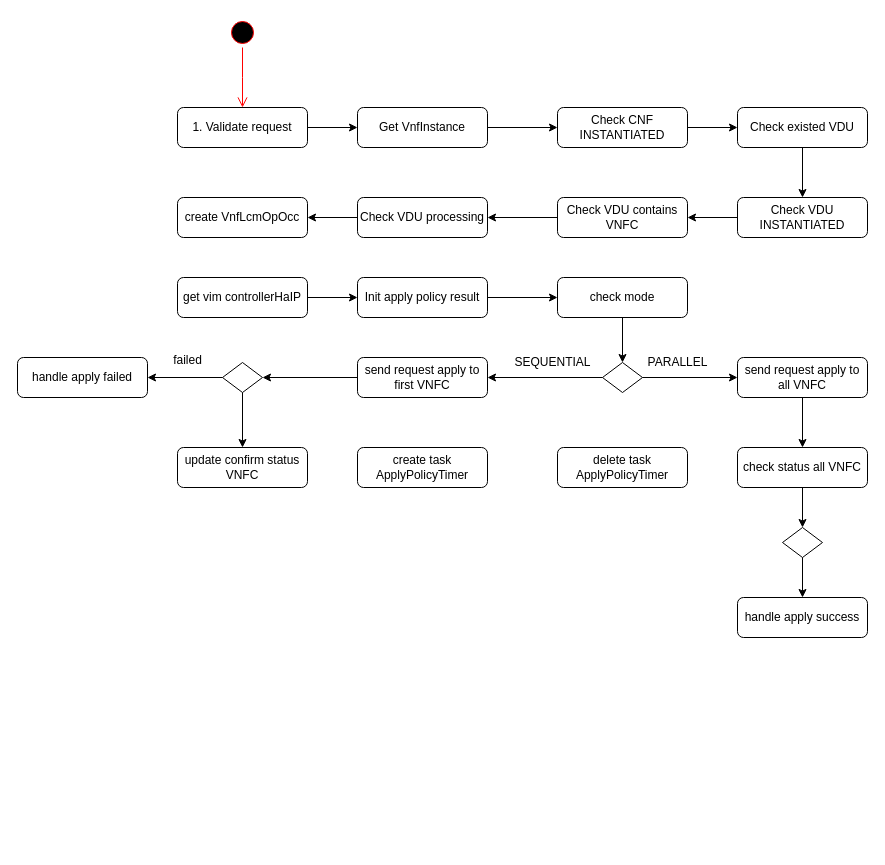
hiep1097/drawio keeps this draw.io diagram as page "apply 1 vdu" (1 of 4) of apply policy.drawio. Above is the earlier version. Source tidied: cells renumbered, new cells numbered last; positions are measured from the earlier drawing's top-left corner, leaving out a move shared by most shapes. Both pictures are drawn from the tidied source at 100%, with x=0, y=0 at pixel (17, 17).
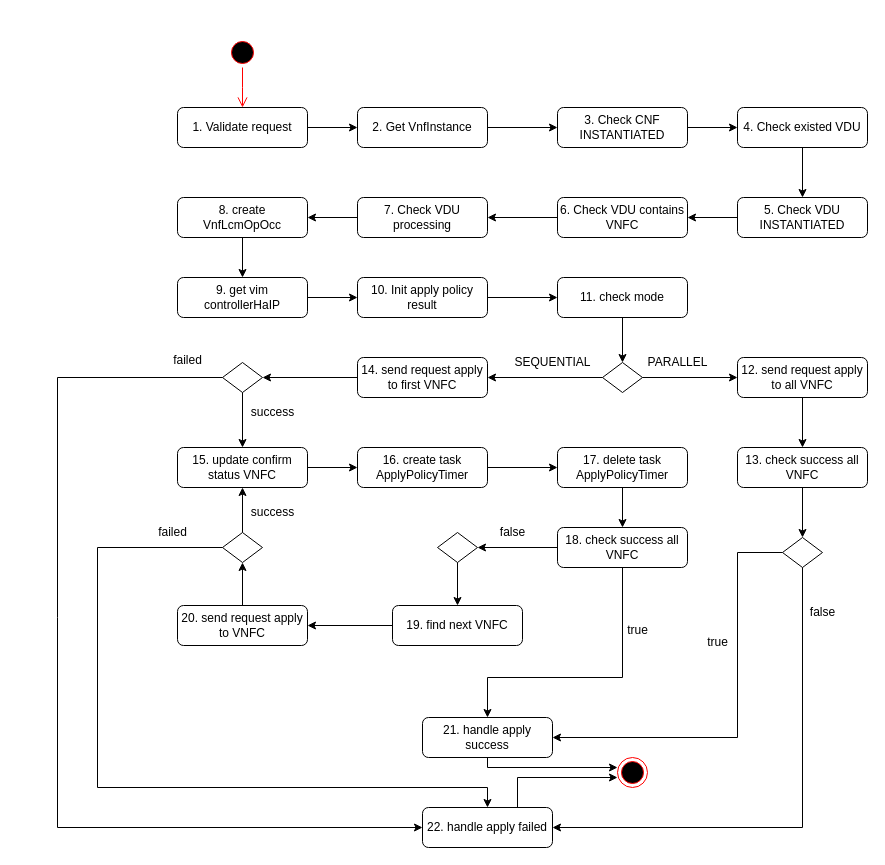
Above is the later version.

Commit message:
Cập nhật apply policy.drawio

The change refers to these unchanged cells:
```xml
<mxCell id="38" style="rhombus;whiteSpace=wrap;html=1;" parent="1" vertex="1">
  <mxGeometry x="205" y="345" width="40" height="30" as="geometry" />
</mxCell>
```

Change to the diagram source:
```diff
@@
     <mxCell id="2" style="ellipse;html=1;shape=startState;fillColor=#000000;strokeColor=#ff0000;" parent="1" vertex="1">
-      <mxGeometry x="210" width="30" height="30" as="geometry" />
+      <mxGeometry x="210" y="20" width="30" height="30" as="geometry" />
     </mxCell>
@@
-    <mxCell id="5" value="Get VnfInstance" style="rounded=1;whiteSpace=wrap;html=1;" parent="1" vertex="1">
+    <mxCell id="5" value="2. Get VnfInstance" style="rounded=1;whiteSpace=wrap;html=1;" parent="1" vertex="1">
       <mxGeometry x="340" y="90" width="130" height="40" as="geometry" />
     </mxCell>
-    <mxCell id="6" value="Check CNF INSTANTIATED" style="rounded=1;whiteSpace=wrap;html=1;" parent="1" vertex="1">
+    <mxCell id="6" value="3. Check CNF INSTANTIATED" style="rounded=1;whiteSpace=wrap;html=1;" parent="1" vertex="1">
       <mxGeometry x="540" y="90" width="130" height="40" as="geometry" />
     </mxCell>
-    <mxCell id="7" value="Check existed VDU" style="rounded=1;whiteSpace=wrap;html=1;" parent="1" vertex="1">
+    <mxCell id="7" value="4. Check existed VDU" style="rounded=1;whiteSpace=wrap;html=1;" parent="1" vertex="1">
       <mxGeometry x="720" y="90" width="130" height="40" as="geometry" />
     </mxCell>
-    <mxCell id="8" value="create VnfLcmOpOcc" style="rounded=1;whiteSpace=wrap;html=1;" parent="1" vertex="1">
+    <mxCell id="8" value="8. create VnfLcmOpOcc" style="rounded=1;whiteSpace=wrap;html=1;" parent="1" vertex="1">
       <mxGeometry x="160" y="180" width="130" height="40" as="geometry" />
     </mxCell>
-    <mxCell id="9" value="get vim controllerHaIP" style="rounded=1;whiteSpace=wrap;html=1;" parent="1" vertex="1">
+    <mxCell id="9" value="9. get vim controllerHaIP" style="rounded=1;whiteSpace=wrap;html=1;" parent="1" vertex="1">
       <mxGeometry x="160" y="260" width="130" height="40" as="geometry" />
     </mxCell>
-    <mxCell id="10" value="check mode" style="rounded=1;whiteSpace=wrap;html=1;" parent="1" vertex="1">
+    <mxCell id="10" value="11. check mode" style="rounded=1;whiteSpace=wrap;html=1;" parent="1" vertex="1">
       <mxGeometry x="540" y="260" width="130" height="40" as="geometry" />
     </mxCell>
-    <mxCell id="11" value="send request apply to first VNFC" style="rounded=1;whiteSpace=wrap;html=1;" parent="1" vertex="1">
+    <mxCell id="11" value="14. send request apply to first VNFC" style="rounded=1;whiteSpace=wrap;html=1;" parent="1" vertex="1">
       <mxGeometry x="340" y="340" width="130" height="40" as="geometry" />
     </mxCell>
-    <mxCell id="12" value="handle apply failed" style="rounded=1;whiteSpace=wrap;html=1;" parent="1" vertex="1">
-      <mxGeometry y="340" width="130" height="40" as="geometry" />
+    <mxCell id="12" value="22. handle apply failed" style="rounded=1;whiteSpace=wrap;html=1;" parent="1" vertex="1">
+      <mxGeometry x="405" y="790" width="130" height="40" as="geometry" />
     </mxCell>
-    <mxCell id="13" value="update confirm status VNFC" style="rounded=1;whiteSpace=wrap;html=1;" parent="1" vertex="1">
+    <mxCell id="13" value="15. update confirm status VNFC" style="rounded=1;whiteSpace=wrap;html=1;" parent="1" vertex="1">
       <mxGeometry x="160" y="430" width="130" height="40" as="geometry" />
     </mxCell>
-    <mxCell id="14" value="create task ApplyPolicyTimer" style="rounded=1;whiteSpace=wrap;html=1;" parent="1" vertex="1">
+    <mxCell id="14" value="16. create task ApplyPolicyTimer" style="rounded=1;whiteSpace=wrap;html=1;" parent="1" vertex="1">
       <mxGeometry x="340" y="430" width="130" height="40" as="geometry" />
     </mxCell>
-    <mxCell id="15" value="delete task ApplyPolicyTimer" style="rounded=1;whiteSpace=wrap;html=1;" parent="1" vertex="1">
+    <mxCell id="15" value="17. delete task ApplyPolicyTimer" style="rounded=1;whiteSpace=wrap;html=1;" parent="1" vertex="1">
       <mxGeometry x="540" y="430" width="130" height="40" as="geometry" />
     </mxCell>
-    <mxCell id="16" value="handle apply success" style="rounded=1;whiteSpace=wrap;html=1;" parent="1" vertex="1">
-      <mxGeometry x="720" y="580" width="130" height="40" as="geometry" />
+    <mxCell id="16" value="21. handle apply success" style="rounded=1;whiteSpace=wrap;html=1;" parent="1" vertex="1">
+      <mxGeometry x="405" y="700" width="130" height="40" as="geometry" />
     </mxCell>
-    <mxCell id="17" value="send request apply to all VNFC" style="rounded=1;whiteSpace=wrap;html=1;" parent="1" vertex="1">
+    <mxCell id="17" value="12. send request apply to all VNFC" style="rounded=1;whiteSpace=wrap;html=1;" parent="1" vertex="1">
       <mxGeometry x="720" y="340" width="130" height="40" as="geometry" />
     </mxCell>
-    <mxCell id="18" value="check status all VNFC" style="rounded=1;whiteSpace=wrap;html=1;" parent="1" vertex="1">
+    <mxCell id="18" value="13. check success all VNFC" style="rounded=1;whiteSpace=wrap;html=1;" parent="1" vertex="1">
       <mxGeometry x="720" y="430" width="130" height="40" as="geometry" />
     </mxCell>
@@
-    <mxCell id="22" value="Check VDU INSTANTIATED" style="rounded=1;whiteSpace=wrap;html=1;" parent="1" vertex="1">
+    <mxCell id="22" value="5. Check VDU INSTANTIATED" style="rounded=1;whiteSpace=wrap;html=1;" parent="1" vertex="1">
       <mxGeometry x="720" y="180" width="130" height="40" as="geometry" />
     </mxCell>
-    <mxCell id="23" value="Check VDU contains VNFC" style="rounded=1;whiteSpace=wrap;html=1;" parent="1" vertex="1">
+    <mxCell id="23" value="6. Check VDU contains VNFC" style="rounded=1;whiteSpace=wrap;html=1;" parent="1" vertex="1">
       <mxGeometry x="540" y="180" width="130" height="40" as="geometry" />
     </mxCell>
-    <mxCell id="24" value="Check VDU processing" style="rounded=1;whiteSpace=wrap;html=1;" parent="1" vertex="1">
+    <mxCell id="24" value="7. Check VDU processing" style="rounded=1;whiteSpace=wrap;html=1;" parent="1" vertex="1">
       <mxGeometry x="340" y="180" width="130" height="40" as="geometry" />
     </mxCell>
@@
-    <mxCell id="29" value="Init apply policy result" style="rounded=1;whiteSpace=wrap;html=1;" parent="1" vertex="1">
+    <mxCell id="29" value="10. Init apply policy result" style="rounded=1;whiteSpace=wrap;html=1;" parent="1" vertex="1">
       <mxGeometry x="340" y="260" width="130" height="40" as="geometry" />
     </mxCell>
@@
     <mxCell id="40" style="endArrow=classic;html=1;rounded=0;" parent="1" edge="1" source="38" target="12">
-      <mxGeometry relative="1" as="geometry" />
+      <mxGeometry relative="1" as="geometry">
+        <Array as="points">
+          <mxPoint x="40" y="360" />
+          <mxPoint x="40" y="600" />
+          <mxPoint x="40" y="810" />
+        </Array>
+      </mxGeometry>
     </mxCell>
@@
     <mxCell id="44" style="rhombus;whiteSpace=wrap;html=1;" parent="1" vertex="1">
-      <mxGeometry x="765" y="510" width="40" height="30" as="geometry" />
+      <mxGeometry x="765" y="520" width="40" height="30" as="geometry" />
     </mxCell>
@@
     <mxCell id="46" style="endArrow=classic;html=1;rounded=0;" parent="1" edge="1" source="44" target="16">
-      <mxGeometry relative="1" as="geometry" />
+      <mxGeometry relative="1" as="geometry">
+        <Array as="points">
+          <mxPoint x="720" y="535" />
+          <mxPoint x="720" y="720" />
+        </Array>
+      </mxGeometry>
     </mxCell>
+    <mxCell id="47" value="true" style="text;html=1;align=center;verticalAlign=middle;strokeColor=none;fillColor=none;" parent="1" vertex="1">
+      <mxGeometry x="680" y="610" width="40" height="30" as="geometry" />
+    </mxCell>
+    <mxCell id="48" style="endArrow=classic;html=1;rounded=0;" parent="1" edge="1" source="44" target="12">
+      <mxGeometry relative="1" as="geometry">
+        <Array as="points">
+          <mxPoint x="785" y="810" />
+        </Array>
+      </mxGeometry>
+    </mxCell>
+    <mxCell id="49" style="endArrow=classic;html=1;rounded=0;" parent="1" edge="1" source="13" target="14">
+      <mxGeometry relative="1" as="geometry" />
+    </mxCell>
+    <mxCell id="50" style="endArrow=classic;html=1;rounded=0;" parent="1" edge="1" source="14" target="15">
+      <mxGeometry relative="1" as="geometry" />
+    </mxCell>
+    <mxCell id="51" style="endArrow=classic;html=1;rounded=0;" parent="1" edge="1" source="15" target="54">
+      <mxGeometry relative="1" as="geometry" />
+    </mxCell>
+    <mxCell id="52" value="false" style="text;html=1;align=center;verticalAlign=middle;strokeColor=none;fillColor=none;" parent="1" vertex="1">
+      <mxGeometry x="780" y="580" width="50" height="30" as="geometry" />
+    </mxCell>
+    <mxCell id="53" value="19. find next VNFC" style="rounded=1;whiteSpace=wrap;html=1;" parent="1" vertex="1">
+      <mxGeometry x="375" y="588" width="130" height="40" as="geometry" />
+    </mxCell>
+    <mxCell id="54" value="18. check success all VNFC" style="rounded=1;whiteSpace=wrap;html=1;" parent="1" vertex="1">
+      <mxGeometry x="540" y="510" width="130" height="40" as="geometry" />
+    </mxCell>
+    <mxCell id="55" style="rhombus;whiteSpace=wrap;html=1;" parent="1" vertex="1">
+      <mxGeometry x="420" y="515" width="40" height="30" as="geometry" />
+    </mxCell>
+    <mxCell id="56" style="endArrow=classic;html=1;rounded=0;" parent="1" edge="1" source="54" target="55">
+      <mxGeometry relative="1" as="geometry" />
+    </mxCell>
+    <mxCell id="57" style="endArrow=classic;html=1;rounded=0;" parent="1" edge="1" source="55" target="53">
+      <mxGeometry relative="1" as="geometry" />
+    </mxCell>
+    <mxCell id="58" value="20. send request apply to VNFC" style="rounded=1;whiteSpace=wrap;html=1;" parent="1" vertex="1">
+      <mxGeometry x="160" y="588" width="130" height="40" as="geometry" />
+    </mxCell>
+    <mxCell id="59" value="success" style="text;html=1;align=center;verticalAlign=middle;strokeColor=none;fillColor=none;" parent="1" vertex="1">
+      <mxGeometry x="220" y="380" width="70" height="30" as="geometry" />
+    </mxCell>
+    <mxCell id="60" style="rhombus;whiteSpace=wrap;html=1;" parent="1" vertex="1">
+      <mxGeometry x="205" y="515" width="40" height="30" as="geometry" />
+    </mxCell>
+    <mxCell id="61" style="endArrow=classic;html=1;rounded=0;" parent="1" edge="1" source="58" target="60">
+      <mxGeometry relative="1" as="geometry" />
+    </mxCell>
+    <mxCell id="62" style="endArrow=classic;html=1;rounded=0;" parent="1" edge="1" source="60" target="13">
+      <mxGeometry relative="1" as="geometry" />
+    </mxCell>
+    <mxCell id="63" value="success" style="text;html=1;align=center;verticalAlign=middle;strokeColor=none;fillColor=none;" parent="1" vertex="1">
+      <mxGeometry x="220" y="480" width="70" height="30" as="geometry" />
+    </mxCell>
+    <mxCell id="64" style="endArrow=classic;html=1;rounded=0;" parent="1" edge="1" source="53" target="58">
+      <mxGeometry relative="1" as="geometry" />
+    </mxCell>
+    <mxCell id="65" style="endArrow=classic;html=1;rounded=0;" parent="1" edge="1" source="60" target="12">
+      <mxGeometry relative="1" as="geometry">
+        <Array as="points">
+          <mxPoint x="80" y="530" />
+          <mxPoint x="80" y="770" />
+          <mxPoint x="470" y="770" />
+        </Array>
+      </mxGeometry>
+    </mxCell>
+    <mxCell id="66" style="endArrow=classic;html=1;rounded=0;" parent="1" edge="1" source="54" target="16">
+      <mxGeometry relative="1" as="geometry">
+        <Array as="points">
+          <mxPoint x="605" y="660" />
+          <mxPoint x="470" y="660" />
+        </Array>
+      </mxGeometry>
+    </mxCell>
+    <mxCell id="67" value="true" style="text;html=1;align=center;verticalAlign=middle;strokeColor=none;fillColor=none;" parent="1" vertex="1">
+      <mxGeometry x="600" y="598" width="40" height="30" as="geometry" />
+    </mxCell>
+    <mxCell id="68" value="failed" style="text;html=1;align=center;verticalAlign=middle;strokeColor=none;fillColor=none;" parent="1" vertex="1">
+      <mxGeometry x="130" y="500" width="50" height="30" as="geometry" />
+    </mxCell>
+    <mxCell id="69" value="false" style="text;html=1;align=center;verticalAlign=middle;strokeColor=none;fillColor=none;" parent="1" vertex="1">
+      <mxGeometry x="470" y="500" width="50" height="30" as="geometry" />
+    </mxCell>
+    <mxCell id="70" style="ellipse;html=1;shape=endState;fillColor=#000000;strokeColor=#ff0000;" parent="1" vertex="1">
+      <mxGeometry x="600" y="740" width="30" height="30" as="geometry" />
+    </mxCell>
+    <mxCell id="71" style="endArrow=classic;html=1;rounded=0;" parent="1" edge="1" source="16">
+      <mxGeometry relative="1" as="geometry">
+        <mxPoint x="600" y="750" as="targetPoint" />
+        <Array as="points">
+          <mxPoint x="470" y="750" />
+        </Array>
+      </mxGeometry>
+    </mxCell>
+    <mxCell id="72" style="endArrow=classic;html=1;rounded=0;" parent="1" edge="1">
+      <mxGeometry relative="1" as="geometry">
+        <mxPoint x="500" y="790" as="sourcePoint" />
+        <mxPoint x="600" y="760" as="targetPoint" />
+        <Array as="points">
+          <mxPoint x="500" y="760" />
+        </Array>
+      </mxGeometry>
+    </mxCell>
+    <mxCell id="73" style="endArrow=classic;html=1;rounded=0;" parent="1" edge="1" source="8" target="9">
+      <mxGeometry relative="1" as="geometry" />
+    </mxCell>
```
